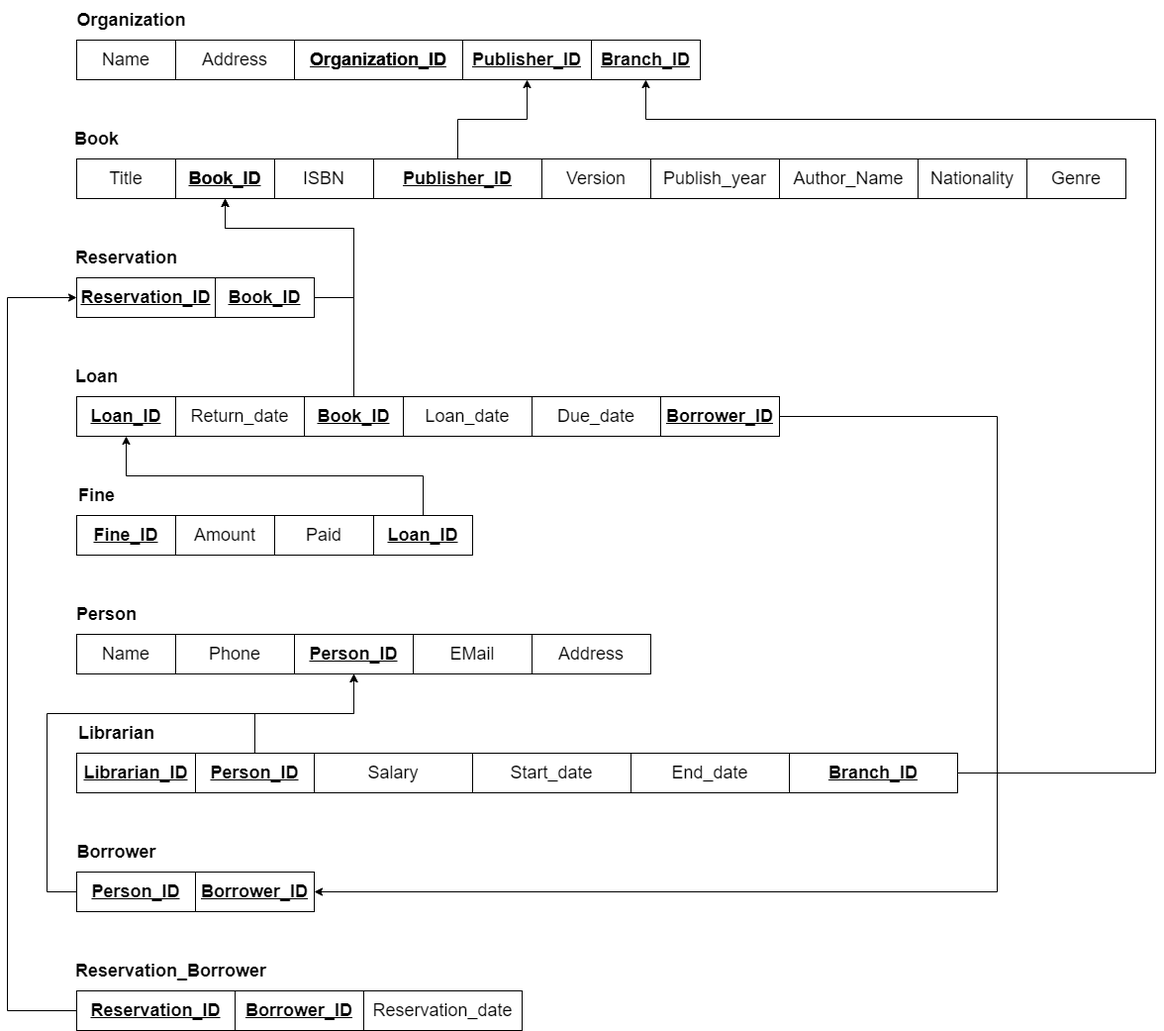
Before: Relational_Model/Relational Model - Initial.png, a diagram exported from draw.io (YouAndMEME/sose23-database). Source tidied: cells renumbered, new cells last; positions are measured from the earlier drawing's top-left corner, leaving out a move shared by most shapes.
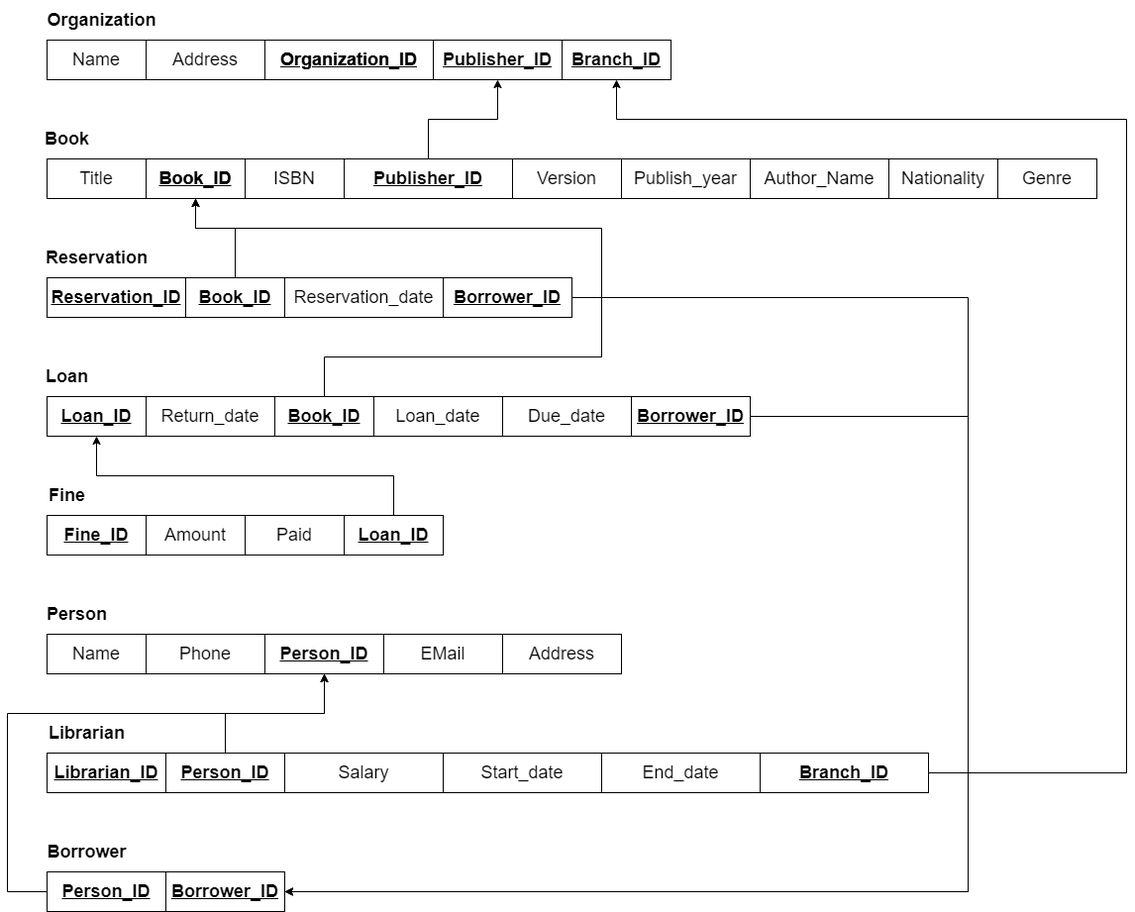
Above is the later version.

Commit message:
Updated Relational Model Borrower

The edit, as a diff of the source:
```diff
@@ -71,8 +71,7 @@
     <mxCell id="24" style="edgeStyle=orthogonalEdgeStyle;rounded=0;jettySize=auto;html=1;entryX=0.5;entryY=1;entryDx=0;entryDy=0;fontSize=18;" parent="1" edge="1" source="25" target="23">
       <mxGeometry relative="1" as="geometry">
         <Array as="points">
-          <mxPoint x="350" y="300" />
-          <mxPoint x="350" y="230" />
+          <mxPoint x="260" y="230" />
           <mxPoint x="220" y="230" />
         </Array>
       </mxGeometry>
@@ -104,7 +103,9 @@
     <mxCell id="33" style="edgeStyle=orthogonalEdgeStyle;rounded=0;jettySize=auto;html=1;entryX=0.5;entryY=1;entryDx=0;entryDy=0;fontSize=18;" parent="1" edge="1" source="34" target="23">
       <mxGeometry relative="1" as="geometry">
         <Array as="points">
-          <mxPoint x="350" y="230" />
+          <mxPoint x="350" y="360" />
+          <mxPoint x="630" y="360" />
+          <mxPoint x="630" y="230" />
           <mxPoint x="220" y="230" />
         </Array>
       </mxGeometry>
@@ -155,8 +156,8 @@
     <mxCell id="45" style="edgeStyle=orthogonalEdgeStyle;rounded=0;jettySize=auto;html=1;exitX=0;exitY=0.5;exitDx=0;exitDy=0;entryX=0.5;entryY=1;entryDx=0;entryDy=0;fontSize=18;" parent="1" edge="1" source="46" target="15">
       <mxGeometry relative="1" as="geometry">
         <Array as="points">
-          <mxPoint x="40" y="900" />
-          <mxPoint x="40" y="720" />
+          <mxPoint x="30" y="900" />
+          <mxPoint x="30" y="720" />
           <mxPoint x="350" y="720" />
         </Array>
       </mxGeometry>
@@ -164,25 +165,19 @@
     <mxCell id="46" value="&lt;b&gt;Person_ID&lt;/b&gt;" style="whiteSpace=wrap;html=1;align=center;strokeColor=default;fontSize=18;fillColor=none;fontStyle=4;" parent="1" vertex="1">
       <mxGeometry x="70" y="880" width="120" height="40" as="geometry" />
     </mxCell>
-    <mxCell id="47" value="Reservation_Borrower" style="text;strokeColor=none;fillColor=none;html=1;fontSize=18;fontStyle=1;verticalAlign=middle;align=center;" parent="1" vertex="1">
-      <mxGeometry x="110" y="960" width="110" height="40" as="geometry" />
-    </mxCell>
-    <mxCell id="48" style="edgeStyle=orthogonalEdgeStyle;rounded=0;jettySize=auto;html=1;entryX=0;entryY=0.5;entryDx=0;entryDy=0;fontSize=18;" parent="1" edge="1" source="49" target="10">
-      <mxGeometry relative="1" as="geometry">
-        <Array as="points">
-          <mxPoint y="1020" />
-          <mxPoint y="300" />
-        </Array>
-      </mxGeometry>
-    </mxCell>
-    <mxCell id="49" value="Reservation_ID" style="whiteSpace=wrap;html=1;align=center;strokeColor=default;fontSize=18;fillColor=none;fontStyle=5;" parent="1" vertex="1">
-      <mxGeometry x="70" y="1000" width="160" height="40" as="geometry" />
-    </mxCell>
+    <mxCell id="64" style="edgeStyle=orthogonalEdgeStyle;rounded=0;jettySize=auto;html=1;entryX=1;entryY=0.5;entryDx=0;entryDy=0;" parent="1" edge="1" source="50" target="42">
+      <mxGeometry relative="1" as="geometry">
+        <Array as="points">
+          <mxPoint x="1000" y="300" />
+          <mxPoint x="1000" y="900" />
+        </Array>
+      </mxGeometry>
+    </mxCell>
     <mxCell id="50" value="Borrower_ID" style="whiteSpace=wrap;html=1;align=center;strokeColor=default;fontSize=18;fillColor=none;fontStyle=5;" parent="1" vertex="1">
-      <mxGeometry x="230" y="1000" width="130" height="40" as="geometry" />
+      <mxGeometry x="470" y="280" width="130" height="40" as="geometry" />
     </mxCell>
     <mxCell id="51" value="Reservation_date" style="whiteSpace=wrap;html=1;align=center;strokeColor=default;fontSize=18;fillColor=none;" parent="1" vertex="1">
-      <mxGeometry x="360" y="1000" width="160" height="40" as="geometry" />
+      <mxGeometry x="310" y="280" width="160" height="40" as="geometry" />
     </mxCell>
     <mxCell id="52" style="edgeStyle=orthogonalEdgeStyle;rounded=0;jettySize=auto;html=1;entryX=0.5;entryY=1;entryDx=0;entryDy=0;" parent="1" edge="1" source="53" target="18">
       <mxGeometry relative="1" as="geometry">
```
